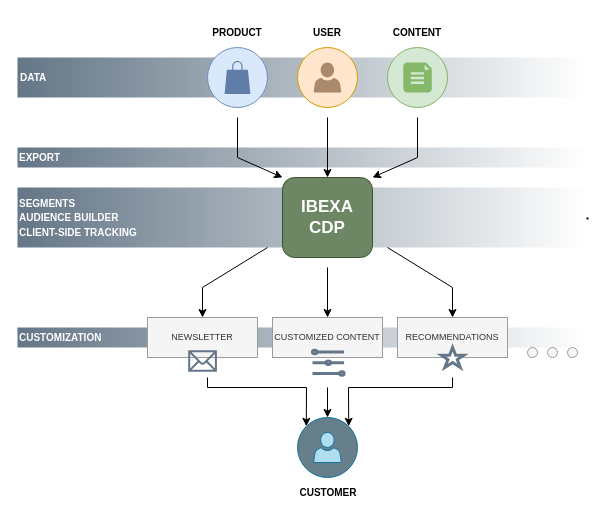
The draw.io diagram page "Strona-1" (1 of 10) of docs/ibexa_products/img/segments.drawio in ibexa/documentation-developer, before the edit. Source tidied: cells renumbered, new cells numbered last; positions are measured from the earlier drawing's top-left corner, leaving out a move shared by most shapes. Both pictures are drawn from the tidied source at 100%, with x=0, y=0 at pixel (17, 17).
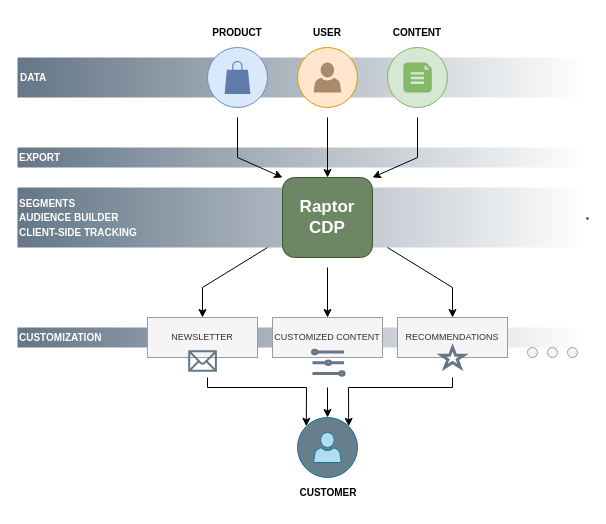
After the change.

The edit, as a diff of the source:
```diff
@@
-    <mxCell id="6" value="&lt;b&gt;&lt;font style=&quot;font-size: 17px;&quot;&gt;IBEXA CDP&lt;/font&gt;&lt;/b&gt;" style="rounded=1;whiteSpace=wrap;html=1;fillColor=#6d8764;fontColor=#ffffff;strokeColor=#3A5431;" parent="1" vertex="1">
+    <mxCell id="6" value="&lt;b&gt;&lt;font style=&quot;font-size: 17px;&quot;&gt;Raptor CDP&lt;/font&gt;&lt;/b&gt;" style="rounded=1;whiteSpace=wrap;html=1;fillColor=#6d8764;fontColor=#ffffff;strokeColor=#3A5431;" parent="1" vertex="1">
       <mxGeometry x="265" y="160" width="90" height="80" as="geometry" />
     </mxCell>
```
